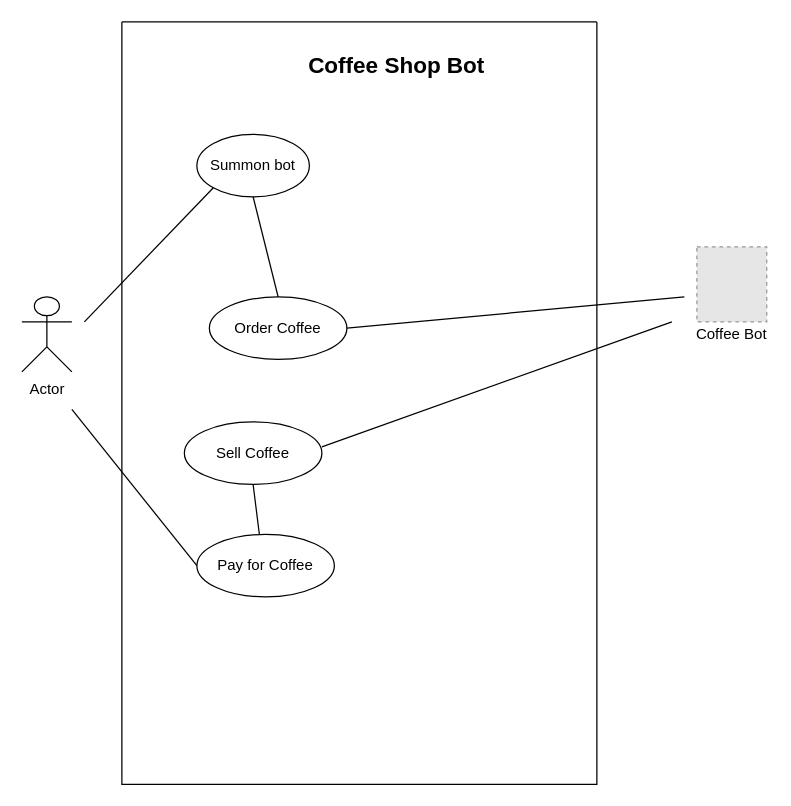
This is Coffe Shop.drawio from vnmrnd24/CoffeShop, a draw.io file, before an edit. Source tidied: cells renumbered, new cells numbered last; positions are measured from the earlier drawing's top-left corner, leaving out a move shared by most shapes. Both pictures are drawn from the tidied source at 125%, with x=0, y=0 at pixel (21, 21). Pictures stored in the file or linked from it are replaced by grey dashed boxes.
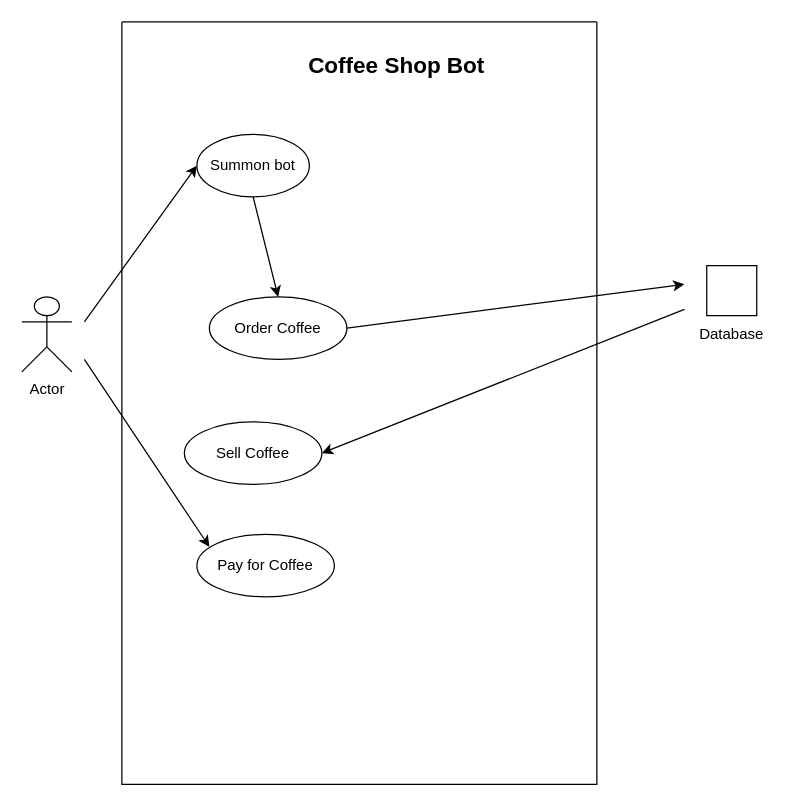
Above is the later version.

The change refers to these unchanged cells:
```xml
<mxCell id="2" style="swimlane;startSize=0;" parent="1" vertex="1">
  <mxGeometry x="80" width="380" height="610" as="geometry" />
</mxCell>
<mxCell id="4" value="Summon bot" style="ellipse;whiteSpace=wrap;html=1;" parent="2" vertex="1">
  <mxGeometry x="60" y="90" width="90" height="50" as="geometry" />
</mxCell>
<mxCell id="5" value="Order Coffee" style="ellipse;whiteSpace=wrap;html=1;" parent="2" vertex="1">
  <mxGeometry x="70" y="220" width="110" height="50" as="geometry" />
</mxCell>
<mxCell id="6" value="Sell Coffee" style="ellipse;whiteSpace=wrap;html=1;" parent="2" vertex="1">
  <mxGeometry x="50" y="320" width="110" height="50" as="geometry" />
</mxCell>
<mxCell id="7" value="Pay for Coffee" style="ellipse;whiteSpace=wrap;html=1;" parent="2" vertex="1">
  <mxGeometry x="60" y="410" width="110" height="50" as="geometry" />
</mxCell>
```

Change to the diagram source:
```diff
@@
-    <mxCell id="8" style="endArrow=none;html=1;rounded=0;entryX=0.5;entryY=1;entryDx=0;entryDy=0;exitX=0.5;exitY=0;exitDx=0;exitDy=0;" parent="2" edge="1" source="5" target="4">
-      <mxGeometry relative="1" as="geometry" />
-    </mxCell>
-    <mxCell id="9" style="endArrow=none;html=1;rounded=0;exitX=1;exitY=0.5;exitDx=0;exitDy=0;" parent="2" edge="1" source="5">
-      <mxGeometry relative="1" as="geometry">
-        <mxPoint x="450" y="220" as="targetPoint" />
-      </mxGeometry>
-    </mxCell>
-    <mxCell id="10" style="endArrow=none;html=1;rounded=0;entryX=0.5;entryY=1;entryDx=0;entryDy=0;" parent="2" edge="1" target="6">
-      <mxGeometry relative="1" as="geometry">
-        <mxPoint x="110" y="410" as="sourcePoint" />
-      </mxGeometry>
-    </mxCell>
-    <mxCell id="11" style="endArrow=none;html=1;rounded=0;entryX=0;entryY=0.5;entryDx=0;entryDy=0;" parent="2" edge="1" target="7">
-      <mxGeometry relative="1" as="geometry">
-        <mxPoint x="-40" y="310" as="sourcePoint" />
-      </mxGeometry>
-    </mxCell>
+    <mxCell id="17" style="endArrow=classic;html=1;rounded=0;exitX=0.5;exitY=1;exitDx=0;exitDy=0;" parent="2" edge="1" source="4">
+      <mxGeometry relative="1" as="geometry">
+        <mxPoint x="125" y="220" as="targetPoint" />
+      </mxGeometry>
+    </mxCell>
+    <mxCell id="18" style="endArrow=classic;html=1;rounded=0;exitX=1;exitY=0.5;exitDx=0;exitDy=0;" parent="2" edge="1" source="5">
+      <mxGeometry relative="1" as="geometry">
+        <mxPoint x="450" y="210" as="targetPoint" />
+      </mxGeometry>
+    </mxCell>
+    <mxCell id="19" style="endArrow=classic;html=1;rounded=0;entryX=1;entryY=0.5;entryDx=0;entryDy=0;" parent="2" edge="1" target="6">
+      <mxGeometry relative="1" as="geometry">
+        <mxPoint x="450" y="230" as="sourcePoint" />
+      </mxGeometry>
+    </mxCell>
@@
-    <mxCell id="13" style="endArrow=none;html=1;rounded=0;entryX=0;entryY=1;entryDx=0;entryDy=0;" parent="1" edge="1" target="4">
-      <mxGeometry relative="1" as="geometry">
-        <mxPoint x="50" y="240" as="sourcePoint" />
-      </mxGeometry>
-    </mxCell>
-    <mxCell id="14" style="fillColor=#E6E6E6;strokeColor=#999999;dashed=1;verticalLabelPosition=bottom;verticalAlign=top;" parent="1" vertex="1">
-      <mxGeometry x="540" y="180" width="55.9" height="60" as="geometry" />
-    </mxCell>
-    <mxCell id="15" value="Coffee Bot" style="text;html=1;strokeColor=none;fillColor=none;align=center;verticalAlign=middle;whiteSpace=wrap;rounded=0;" parent="1" vertex="1">
+    <mxCell id="15" value="Database" style="text;html=1;strokeColor=none;fillColor=none;align=center;verticalAlign=middle;whiteSpace=wrap;rounded=0;" parent="1" vertex="1">
       <mxGeometry x="537.9" y="235" width="60" height="30" as="geometry" />
     </mxCell>
-    <mxCell id="16" style="endArrow=none;html=1;rounded=0;" parent="1" edge="1">
-      <mxGeometry relative="1" as="geometry">
-        <mxPoint x="240" y="340" as="sourcePoint" />
-        <mxPoint x="520" y="240" as="targetPoint" />
-      </mxGeometry>
-    </mxCell>
+    <mxCell id="20" style="rounded=0;whiteSpace=wrap;html=1;" parent="1" vertex="1">
+      <mxGeometry x="547.9" y="195" width="40" height="40" as="geometry" />
+    </mxCell>
+    <mxCell id="21" style="endArrow=classic;html=1;rounded=0;entryX=0;entryY=0.5;entryDx=0;entryDy=0;" parent="1" edge="1" target="4">
+      <mxGeometry relative="1" as="geometry">
+        <mxPoint x="50" y="240" as="sourcePoint" />
+      </mxGeometry>
+    </mxCell>
+    <mxCell id="22" style="endArrow=classic;html=1;rounded=0;" parent="1" edge="1">
+      <mxGeometry relative="1" as="geometry">
+        <mxPoint x="50" y="270" as="sourcePoint" />
+        <mxPoint x="150" y="420" as="targetPoint" />
+      </mxGeometry>
+    </mxCell>
```
